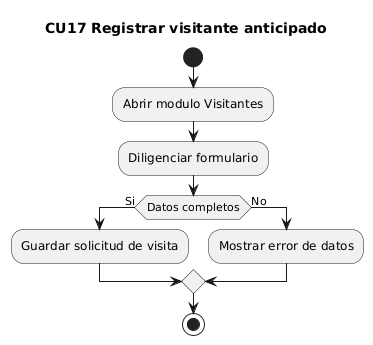
Before: docs/uml/render/actividades_cu/CU17_actividad_registrar_visitante_anticipado.png, a diagram exported from PlantUML (maranavard/SISTEMA-COMPUTACIONAL-PARA-LA-GESTION-Y-CONTROL-DE-ACCESO-DE-AUTOMOVILES-M-DULO-WEB). Its diagram source:
```plantuml
@startuml
title CU17 Registrar visitante anticipado
start
:Abrir modulo Visitantes;
:Diligenciar formulario;
if (Datos completos) then (Si)
  :Guardar solicitud de visita;
else (No)
  :Mostrar error de datos;
endif
stop
@enduml
```
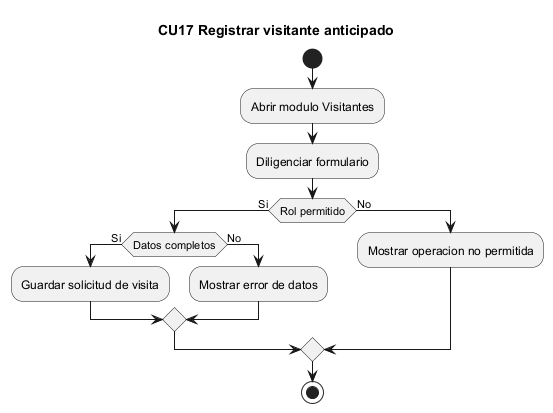
The same file after the commit.

Change to the diagram source:
```diff
@@ -1,12 +1,16 @@
-@startuml
+@startuml CU17_actividad_registrar_visitante_anticipado
 title CU17 Registrar visitante anticipado
 start
 :Abrir modulo Visitantes;
 :Diligenciar formulario;
-if (Datos completos) then (Si)
-  :Guardar solicitud de visita;
+if (Rol permitido) then (Si)
+  if (Datos completos) then (Si)
+    :Guardar solicitud de visita;
+  else (No)
+    :Mostrar error de datos;
+  endif
 else (No)
-  :Mostrar error de datos;
+  :Mostrar operacion no permitida;
 endif
 stop
 @enduml
```
